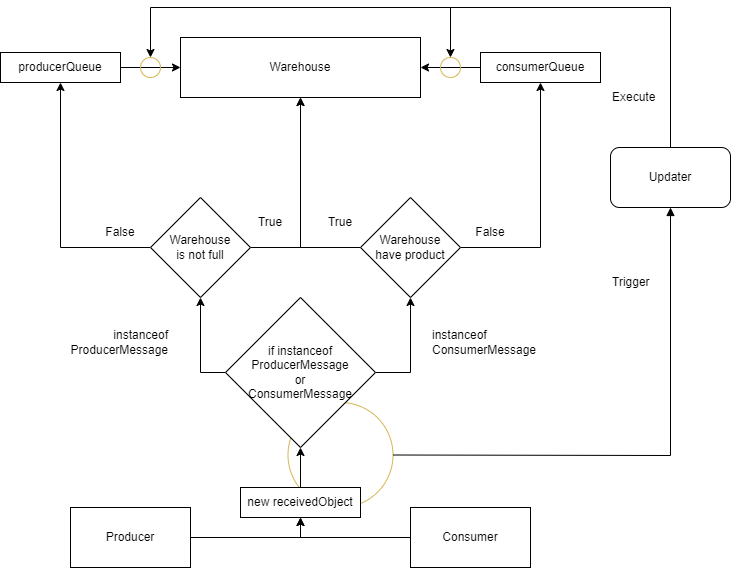
Hyyvez/producer-consumer-problem-using-mq keeps this draw.io diagram as pic/conumer_producer.drawio.png. Above is the earlier version. Source tidied: cells renumbered, new cells last; positions are measured from the earlier drawing's top-left corner, leaving out a move shared by most shapes.
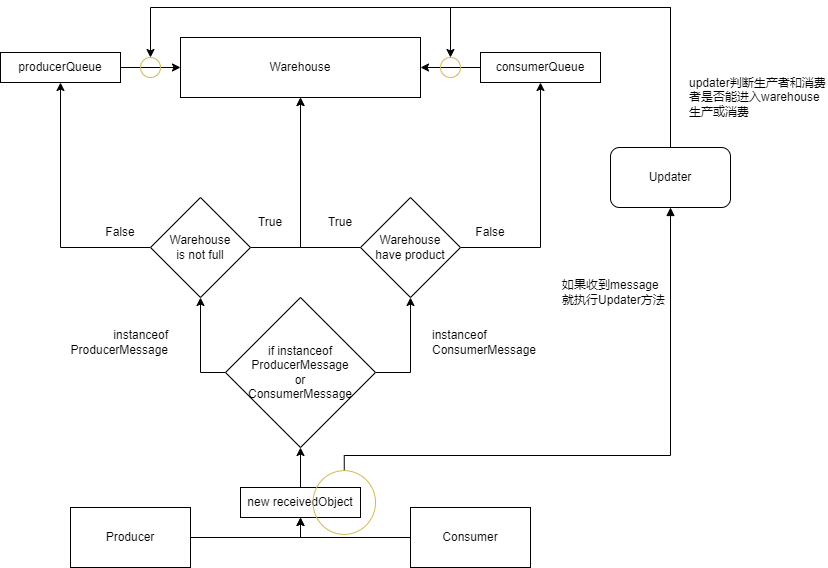
The same file after the commit.

What changed in the source:
```diff
@@ -75,18 +75,15 @@
     <mxCell id="22" value="Updater" style="rounded=1;whiteSpace=wrap;html=1;" parent="1" vertex="1">
       <mxGeometry x="610" y="140" width="120" height="60" as="geometry" />
     </mxCell>
-    <mxCell id="23" style="ellipse;whiteSpace=wrap;html=1;fillColor=none;strokeColor=#d6b656;" parent="1" vertex="1">
-      <mxGeometry x="287.5" y="395" width="105" height="105" as="geometry" />
-    </mxCell>
-    <mxCell id="24" style="edgeStyle=elbowEdgeStyle;html=1;endArrow=block;dashed=0;elbow=vertical;endFill=1;rounded=0;exitX=1;exitY=0.5;exitDx=0;exitDy=0;entryX=0.5;entryY=1;entryDx=0;entryDy=0;" parent="1" edge="1" source="23" target="22">
+    <mxCell id="24" style="edgeStyle=elbowEdgeStyle;html=1;endArrow=block;dashed=0;elbow=vertical;endFill=1;rounded=0;entryX=0.5;entryY=1;entryDx=0;entryDy=0;" parent="1" edge="1" source="23" target="22">
       <mxGeometry relative="1" as="geometry">
         <Array as="points">
           <mxPoint x="530" y="448" />
         </Array>
       </mxGeometry>
     </mxCell>
-    <mxCell id="25" value="Trigger" style="text;html=1;strokeColor=none;fillColor=none;align=left;verticalAlign=middle;whiteSpace=wrap;rounded=0;" parent="1" vertex="1">
-      <mxGeometry x="610" y="260" width="60" height="30" as="geometry" />
+    <mxCell id="25" value="如果收到message就执行Updater方法" style="text;html=1;strokeColor=none;fillColor=none;align=left;verticalAlign=middle;whiteSpace=wrap;rounded=0;" parent="1" vertex="1">
+      <mxGeometry x="560" y="270" width="110" height="30" as="geometry" />
     </mxCell>
     <mxCell id="26" style="edgeStyle=orthogonalEdgeStyle;rounded=0;jettySize=auto;html=1;exitX=1;exitY=0.5;exitDx=0;exitDy=0;entryX=0;entryY=0.5;entryDx=0;entryDy=0;" parent="1" edge="1" source="9" target="2">
       <mxGeometry relative="1" as="geometry" />
@@ -97,8 +94,8 @@
     <mxCell id="28" style="ellipse;whiteSpace=wrap;html=1;fillColor=none;strokeColor=#d6b656;" parent="1" vertex="1">
       <mxGeometry x="440" y="50" width="20" height="20" as="geometry" />
     </mxCell>
-    <mxCell id="29" value="Execute" style="text;html=1;strokeColor=none;fillColor=none;align=left;verticalAlign=middle;whiteSpace=wrap;rounded=0;" parent="1" vertex="1">
-      <mxGeometry x="610" y="75" width="60" height="30" as="geometry" />
+    <mxCell id="29" value="updater判断生产者和消费者是否能进入warehouse生产或消费" style="text;html=1;strokeColor=none;fillColor=none;align=left;verticalAlign=middle;whiteSpace=wrap;rounded=0;" parent="1" vertex="1">
+      <mxGeometry x="687" y="75" width="140" height="30" as="geometry" />
     </mxCell>
     <mxCell id="30" style="edgeStyle=orthogonalEdgeStyle;rounded=0;jettySize=auto;html=1;exitX=0;exitY=0.5;exitDx=0;exitDy=0;entryX=0.5;entryY=1;entryDx=0;entryDy=0;" parent="1" edge="1" source="32" target="13">
       <mxGeometry relative="1" as="geometry" />
@@ -121,5 +118,8 @@
     <mxCell id="36" value="instanceof ConsumerMessage" style="text;html=1;strokeColor=none;fillColor=none;align=left;verticalAlign=middle;whiteSpace=wrap;rounded=0;" parent="1" vertex="1">
       <mxGeometry x="430" y="320" width="60" height="30" as="geometry" />
     </mxCell>
+    <mxCell id="23" style="ellipse;whiteSpace=wrap;html=1;fillColor=none;strokeColor=#d6b656;" parent="1" vertex="1">
+      <mxGeometry x="312.5" y="463.1" width="62.5" height="63.8" as="geometry" />
+    </mxCell>
   </root>
 </mxGraphModel>
```
